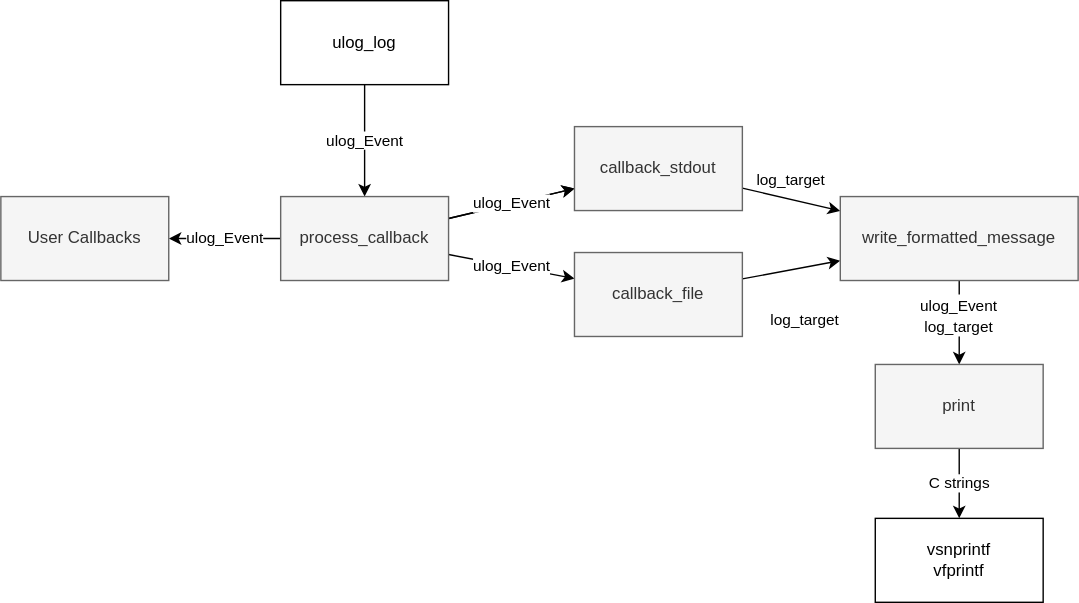
Earlier version of the draw.io export doc/design.drawio.svg (an-dr/microlog). Source tidied: cells renumbered, new cells last; positions are measured from the earlier drawing's top-left corner, leaving out a move shared by most shapes. The source it was exported from:
```xml
<mxGraphModel background="#ffffff">
  <root>
    <mxCell id="0" />
    <mxCell id="1" parent="0" />
    <mxCell id="2" value="ulog_Event" style="edgeStyle=none;html=1;" parent="1" edge="1" source="3" target="8">
      <mxGeometry relative="1" as="geometry" />
    </mxCell>
    <mxCell id="3" value="ulog_log" style="rounded=0;whiteSpace=wrap;html=1;" parent="1" vertex="1">
      <mxGeometry x="200" width="120" height="60" as="geometry" />
    </mxCell>
    <mxCell id="4" style="edgeStyle=none;html=1;" parent="1" edge="1" source="8" target="10">
      <mxGeometry relative="1" as="geometry" />
    </mxCell>
    <mxCell id="5" value="ulog_Event" style="edgeStyle=none;html=1;" parent="1" edge="1" source="8" target="10">
      <mxGeometry relative="1" as="geometry" />
    </mxCell>
    <mxCell id="6" value="ulog_Event" style="edgeStyle=none;html=1;" parent="1" edge="1" source="8" target="12">
      <mxGeometry relative="1" as="geometry" />
    </mxCell>
    <mxCell id="7" value="ulog_Event" style="edgeStyle=none;html=1;" parent="1" edge="1" source="8" target="13">
      <mxGeometry relative="1" as="geometry" />
    </mxCell>
    <mxCell id="8" value="process_callback" style="rounded=0;whiteSpace=wrap;html=1;fillColor=#f5f5f5;fontColor=#333333;strokeColor=#666666;" parent="1" vertex="1">
      <mxGeometry x="200" y="140" width="120" height="60" as="geometry" />
    </mxCell>
    <mxCell id="9" style="edgeStyle=none;html=1;" parent="1" edge="1" source="10" target="15">
      <mxGeometry relative="1" as="geometry" />
    </mxCell>
    <mxCell id="10" value="callback_stdout" style="whiteSpace=wrap;html=1;rounded=0;fillColor=#f5f5f5;fontColor=#333333;strokeColor=#666666;" parent="1" vertex="1">
      <mxGeometry x="410" y="90" width="120" height="60" as="geometry" />
    </mxCell>
    <mxCell id="11" style="edgeStyle=none;html=1;" parent="1" edge="1" source="12" target="15">
      <mxGeometry relative="1" as="geometry" />
    </mxCell>
    <mxCell id="12" value="callback_file" style="whiteSpace=wrap;html=1;rounded=0;fillColor=#f5f5f5;fontColor=#333333;strokeColor=#666666;" parent="1" vertex="1">
      <mxGeometry x="410" y="180" width="120" height="60" as="geometry" />
    </mxCell>
    <mxCell id="13" value="User Callbacks" style="whiteSpace=wrap;html=1;rounded=0;fillColor=#f5f5f5;fontColor=#333333;strokeColor=#666666;" parent="1" vertex="1">
      <mxGeometry y="140" width="120" height="60" as="geometry" />
    </mxCell>
    <mxCell id="14" style="edgeStyle=none;html=1;" parent="1" edge="1" source="15" target="17">
      <mxGeometry relative="1" as="geometry" />
    </mxCell>
    <mxCell id="15" value="write_formatted_message" style="whiteSpace=wrap;html=1;rounded=0;fillColor=#f5f5f5;fontColor=#333333;strokeColor=#666666;" parent="1" vertex="1">
      <mxGeometry x="600" y="140" width="170" height="60" as="geometry" />
    </mxCell>
    <mxCell id="16" value="C strings" style="edgeStyle=none;html=1;" parent="1" edge="1" source="17" target="18">
      <mxGeometry relative="1" as="geometry" />
    </mxCell>
    <mxCell id="17" value="print" style="whiteSpace=wrap;html=1;rounded=0;fillColor=#f5f5f5;fontColor=#333333;strokeColor=#666666;" parent="1" vertex="1">
      <mxGeometry x="625" y="260" width="120" height="60" as="geometry" />
    </mxCell>
    <mxCell id="18" value="vsnprintf&lt;div&gt;vfprintf&lt;/div&gt;" style="whiteSpace=wrap;html=1;rounded=0;" parent="1" vertex="1">
      <mxGeometry x="625" y="370" width="120" height="60" as="geometry" />
    </mxCell>
    <mxCell id="19" value="&lt;span style=&quot;orphans: 2; text-indent: 0px; widows: 2; text-decoration-thickness: initial; text-decoration-style: initial; text-decoration-color: initial; float: none; color: rgb(0, 0, 0); display: inline !important;&quot;&gt;&lt;font color=&quot;rgba(0, 0, 0, 0)&quot;&gt;&lt;span style=&quot;font-size: 11px; text-wrap-mode: nowrap;&quot;&gt;ulog_Event&lt;/span&gt;&lt;/font&gt;&lt;br&gt;&lt;span style=&quot;font-size: 11px; text-wrap-mode: nowrap;&quot;&gt;log_target&lt;/span&gt;&lt;/span&gt;" style="text;whiteSpace=wrap;html=1;align=center;verticalAlign=middle;labelBackgroundColor=none;" parent="1" vertex="1">
      <mxGeometry x="520" y="100" width="90" height="40" as="geometry" />
    </mxCell>
    <mxCell id="20" value="&lt;span style=&quot;orphans: 2; text-indent: 0px; widows: 2; text-decoration-thickness: initial; text-decoration-style: initial; text-decoration-color: initial; float: none; display: inline !important;&quot;&gt;&lt;font&gt;&lt;span style=&quot;font-size: 11px; text-wrap-mode: nowrap;&quot;&gt;ulog_Event&lt;/span&gt;&lt;/font&gt;&lt;br&gt;&lt;span style=&quot;font-size: 11px; text-wrap-mode: nowrap;&quot;&gt;log_target&lt;/span&gt;&lt;/span&gt;" style="text;whiteSpace=wrap;html=1;align=center;verticalAlign=middle;fontColor=default;fillColor=default;labelBackgroundColor=none;" parent="1" vertex="1">
      <mxGeometry x="640" y="210" width="90" height="30" as="geometry" />
    </mxCell>
    <mxCell id="21" value="&lt;span style=&quot;orphans: 2; text-indent: 0px; widows: 2; text-decoration-thickness: initial; text-decoration-style: initial; text-decoration-color: initial; float: none; color: rgb(0, 0, 0); display: inline !important;&quot;&gt;&lt;font color=&quot;rgba(0, 0, 0, 0)&quot;&gt;&lt;span style=&quot;font-size: 11px; text-wrap-mode: nowrap;&quot;&gt;ulog_Event&lt;/span&gt;&lt;/font&gt;&lt;br&gt;&lt;span style=&quot;font-size: 11px; text-wrap-mode: nowrap;&quot;&gt;log_target&lt;/span&gt;&lt;/span&gt;" style="text;whiteSpace=wrap;html=1;align=center;verticalAlign=middle;labelBackgroundColor=none;" parent="1" vertex="1">
      <mxGeometry x="530" y="200" width="90" height="40" as="geometry" />
    </mxCell>
  </root>
</mxGraphModel>
```
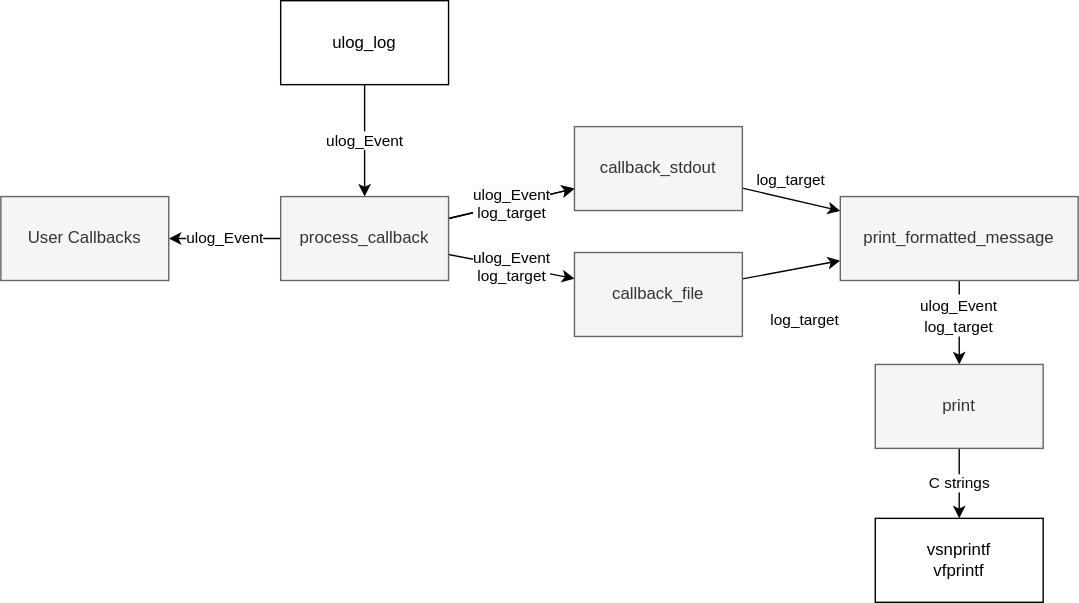
Above is the later version.

What changed in the source:
```diff
@@ -11,10 +11,10 @@
     <mxCell id="4" style="edgeStyle=none;html=1;" parent="1" edge="1" source="8" target="10">
       <mxGeometry relative="1" as="geometry" />
     </mxCell>
-    <mxCell id="5" value="ulog_Event" style="edgeStyle=none;html=1;" parent="1" edge="1" source="8" target="10">
+    <mxCell id="5" value="&lt;font style=&quot;font-size: 12px; text-wrap-mode: wrap; background-color: rgb(251, 251, 251);&quot;&gt;&lt;span style=&quot;font-size: 11px; text-wrap-mode: nowrap;&quot;&gt;ulog_Event&lt;/span&gt;&lt;/font&gt;&lt;br style=&quot;font-size: 12px; text-wrap-mode: wrap; background-color: rgb(251, 251, 251);&quot;&gt;&lt;span style=&quot;background-color: rgb(251, 251, 251);&quot;&gt;log_target&lt;/span&gt;" style="edgeStyle=none;html=1;" parent="1" edge="1" source="8" target="10">
       <mxGeometry relative="1" as="geometry" />
     </mxCell>
-    <mxCell id="6" value="ulog_Event" style="edgeStyle=none;html=1;" parent="1" edge="1" source="8" target="12">
+    <mxCell id="6" value="&lt;font style=&quot;font-size: 12px; text-wrap-mode: wrap; background-color: rgb(251, 251, 251);&quot;&gt;&lt;span style=&quot;font-size: 11px; text-wrap-mode: nowrap;&quot;&gt;ulog_Event&lt;/span&gt;&lt;/font&gt;&lt;br style=&quot;font-size: 12px; text-wrap-mode: wrap; background-color: rgb(251, 251, 251);&quot;&gt;&lt;span style=&quot;background-color: rgb(251, 251, 251);&quot;&gt;log_target&lt;/span&gt;" style="edgeStyle=none;html=1;" parent="1" edge="1" source="8" target="12">
       <mxGeometry relative="1" as="geometry" />
     </mxCell>
     <mxCell id="7" value="ulog_Event" style="edgeStyle=none;html=1;" parent="1" edge="1" source="8" target="13">
@@ -41,7 +41,7 @@
     <mxCell id="14" style="edgeStyle=none;html=1;" parent="1" edge="1" source="15" target="17">
       <mxGeometry relative="1" as="geometry" />
     </mxCell>
-    <mxCell id="15" value="write_formatted_message" style="whiteSpace=wrap;html=1;rounded=0;fillColor=#f5f5f5;fontColor=#333333;strokeColor=#666666;" parent="1" vertex="1">
+    <mxCell id="15" value="print_formatted_message" style="whiteSpace=wrap;html=1;rounded=0;fillColor=#f5f5f5;fontColor=#333333;strokeColor=#666666;" parent="1" vertex="1">
       <mxGeometry x="600" y="140" width="170" height="60" as="geometry" />
     </mxCell>
     <mxCell id="16" value="C strings" style="edgeStyle=none;html=1;" parent="1" edge="1" source="17" target="18">
```
